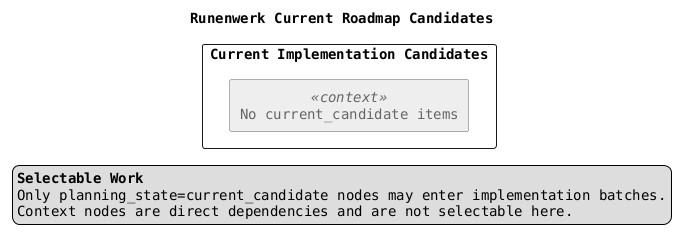
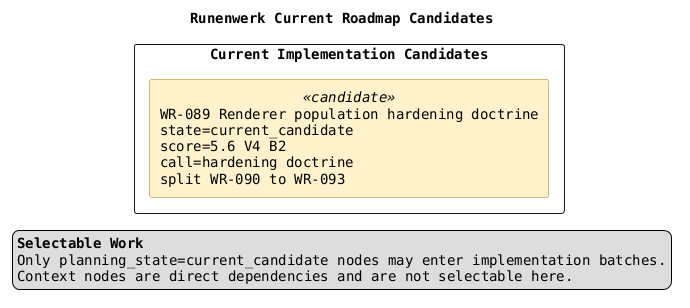
@startuml
title Runenwerk Current Roadmap Candidates

top to bottom direction
skinparam componentStyle rectangle
skinparam shadowing false
skinparam packageStyle rectangle
skinparam defaultFontName Monospaced

skinparam component {
  BackgroundColor<<candidate>> #FFF2CC
  BorderColor<<candidate>> #AA7700
  BackgroundColor<<context>> #EEEEEE
  BorderColor<<context>> #666666
  FontColor<<context>> #666666
}

legend right
  <b>Selectable Work</b>
  Only planning_state=current_candidate nodes may enter implementation batches.
  Context nodes are direct dependencies and are not selectable here.
endlegend

package "Current Implementation Candidates" {
-   component "No current_candidate items" as NO_CANDIDATES <<context>>
+   component "WR-089 Renderer population hardening doctrine\nstate=current_candidate\nscore=5.6 V4 B2\ncall=hardening doctrine\nsplit WR-090 to WR-093" as RENDERPOPHARDEN <<candidate>>

}


@enduml
